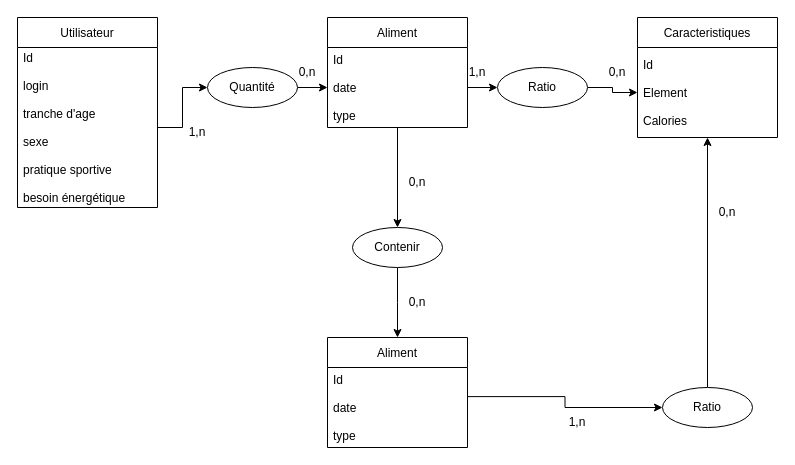
EzzatAlZahabi/IDAW keeps this draw.io diagram as page "Page-1" (1 of 2) of Untitled Diagram.drawio. Above is the earlier version. Source tidied: cells renumbered, new cells numbered last; positions are measured from the earlier drawing's top-left corner, leaving out a move shared by most shapes. Both pictures are drawn from the tidied source at 100%, with x=0, y=0 at pixel (17, 17).
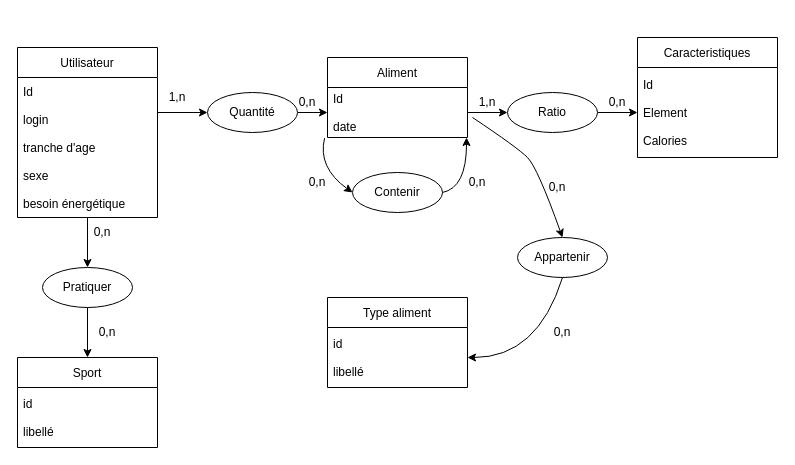
The same page after the edit.

Unchanged cells that the change refers to:
```xml
<mxCell id="7" value="Id&#10;&#10;Element&#10;&#10;Calories" style="text;strokeColor=none;fillColor=none;align=left;verticalAlign=middle;spacingLeft=4;spacingRight=4;overflow=hidden;points=[[0,0.5],[1,0.5]];portConstraint=eastwest;" parent="6" vertex="1">
  <mxGeometry y="30" width="140" height="90" as="geometry" />
</mxCell>
```

Diff of the diagram source:
```diff
@@
     <mxCell id="2" value="Utilisateur" style="swimlane;fontStyle=0;horizontal=1;startSize=30;" parent="1" vertex="1">
-      <mxGeometry width="140" height="190" as="geometry" />
+      <mxGeometry y="30" width="140" height="170" as="geometry" />
     </mxCell>
-    <mxCell id="3" value="Id&#10;&#10;login&#10;&#10;tranche d'age&#10;&#10;sexe&#10;&#10;pratique sportive&#10;&#10;besoin énergétique" style="text;strokeColor=none;fillColor=none;align=left;verticalAlign=middle;spacingLeft=4;spacingRight=4;overflow=hidden;points=[[0,0.5],[1,0.5]];portConstraint=eastwest;" parent="2" vertex="1">
-      <mxGeometry y="30" width="140" height="160" as="geometry" />
+    <mxCell id="3" value="Id&#10;&#10;login&#10;&#10;tranche d'age&#10;&#10;sexe&#10;&#10;besoin énergétique" style="text;strokeColor=none;fillColor=none;align=left;verticalAlign=middle;spacingLeft=4;spacingRight=4;overflow=hidden;points=[[0,0.5],[1,0.5]];portConstraint=eastwest;" parent="2" vertex="1">
+      <mxGeometry y="30" width="140" height="140" as="geometry" />
     </mxCell>
     <mxCell id="4" value="Aliment" style="swimlane;fontStyle=0;horizontal=1;startSize=30;" parent="1" vertex="1">
-      <mxGeometry x="310" width="140" height="110" as="geometry" />
+      <mxGeometry x="310" y="40" width="140" height="80" as="geometry" />
     </mxCell>
-    <mxCell id="5" value="Id&#10;&#10;date&#10;&#10;type" style="text;strokeColor=none;fillColor=none;align=left;verticalAlign=middle;spacingLeft=4;spacingRight=4;overflow=hidden;points=[[0,0.5],[1,0.5]];portConstraint=eastwest;" parent="4" vertex="1">
-      <mxGeometry y="30" width="140" height="80" as="geometry" />
+    <mxCell id="5" value="Id&#10;&#10;date" style="text;strokeColor=none;fillColor=none;align=left;verticalAlign=middle;spacingLeft=4;spacingRight=4;overflow=hidden;points=[[0,0.5],[1,0.5]];portConstraint=eastwest;" parent="4" vertex="1">
+      <mxGeometry y="30" width="140" height="50" as="geometry" />
     </mxCell>
     <mxCell id="6" value="Caracteristiques" style="swimlane;fontStyle=0;horizontal=1;startSize=30;" parent="1" vertex="1">
-      <mxGeometry x="620" width="140" height="120" as="geometry" />
+      <mxGeometry x="620" y="20" width="140" height="120" as="geometry" />
     </mxCell>
@@
     <mxCell id="9" value="Quantité" style="ellipse;whiteSpace=wrap;html=1;" parent="1" vertex="1">
-      <mxGeometry x="190" y="50" width="90" height="40" as="geometry" />
+      <mxGeometry x="190" y="75" width="90" height="40" as="geometry" />
     </mxCell>
     <mxCell id="10" value="1,n" style="text;html=1;strokeColor=none;fillColor=none;align=center;verticalAlign=middle;whiteSpace=wrap;rounded=0;" parent="1" vertex="1">
-      <mxGeometry x="150" y="100" width="60" height="30" as="geometry" />
+      <mxGeometry x="130" y="65" width="60" height="30" as="geometry" />
     </mxCell>
     <mxCell id="11" value="0,n" style="text;html=1;strokeColor=none;fillColor=none;align=center;verticalAlign=middle;whiteSpace=wrap;rounded=0;" parent="1" vertex="1">
-      <mxGeometry x="260" y="40" width="60" height="30" as="geometry" />
+      <mxGeometry x="260" y="70" width="60" height="30" as="geometry" />
     </mxCell>
@@
     <mxCell id="13" value="Ratio" style="ellipse;whiteSpace=wrap;html=1;" parent="1" vertex="1">
-      <mxGeometry x="480" y="50" width="90" height="40" as="geometry" />
+      <mxGeometry x="490" y="75" width="90" height="40" as="geometry" />
     </mxCell>
-    <mxCell id="14" style="edgeStyle=orthogonalEdgeStyle;rounded=0;jettySize=auto;html=1;exitX=1;exitY=0.5;exitDx=0;exitDy=0;entryX=0;entryY=0.5;entryDx=0;entryDy=0;" parent="1" edge="1" source="3" target="9">
+    <mxCell id="14" style="edgeStyle=orthogonalEdgeStyle;rounded=0;jettySize=auto;html=1;entryX=0;entryY=0.5;entryDx=0;entryDy=0;exitX=1;exitY=0.25;exitDx=0;exitDy=0;exitPerimeter=0;" parent="1" edge="1" source="3" target="9">
       <mxGeometry relative="1" as="geometry" />
     </mxCell>
@@
     <mxCell id="16" value="1,n" style="text;html=1;strokeColor=none;fillColor=none;align=center;verticalAlign=middle;whiteSpace=wrap;rounded=0;" parent="1" vertex="1">
-      <mxGeometry x="430" y="40" width="60" height="30" as="geometry" />
+      <mxGeometry x="440" y="70" width="60" height="30" as="geometry" />
     </mxCell>
     <mxCell id="17" value="0,n" style="text;html=1;strokeColor=none;fillColor=none;align=center;verticalAlign=middle;whiteSpace=wrap;rounded=0;" parent="1" vertex="1">
-      <mxGeometry x="570" y="40" width="60" height="30" as="geometry" />
+      <mxGeometry x="570" y="70" width="60" height="30" as="geometry" />
     </mxCell>
-    <mxCell id="18" value="Aliment" style="swimlane;fontStyle=0;horizontal=1;startSize=30;" parent="1" vertex="1">
-      <mxGeometry x="310" y="320" width="140" height="110" as="geometry" />
-    </mxCell>
-    <mxCell id="19" value="Id&#10;&#10;date&#10;&#10;type" style="text;strokeColor=none;fillColor=none;align=left;verticalAlign=middle;spacingLeft=4;spacingRight=4;overflow=hidden;points=[[0,0.5],[1,0.5]];portConstraint=eastwest;" parent="18" vertex="1">
-      <mxGeometry y="30" width="140" height="80" as="geometry" />
-    </mxCell>
-    <mxCell id="20" style="edgeStyle=orthogonalEdgeStyle;rounded=0;jettySize=auto;html=1;exitX=0.5;exitY=0;exitDx=0;exitDy=0;entryX=0.5;entryY=1;entryDx=0;entryDy=0;entryPerimeter=0;" parent="1" edge="1" source="21" target="7">
-      <mxGeometry relative="1" as="geometry" />
-    </mxCell>
-    <mxCell id="21" value="Ratio" style="ellipse;whiteSpace=wrap;html=1;" parent="1" vertex="1">
-      <mxGeometry x="645" y="370" width="90" height="40" as="geometry" />
-    </mxCell>
-    <mxCell id="22" style="edgeStyle=orthogonalEdgeStyle;rounded=0;jettySize=auto;html=1;exitX=1;exitY=0.364;exitDx=0;exitDy=0;exitPerimeter=0;" parent="1" edge="1" source="19" target="21">
-      <mxGeometry relative="1" as="geometry" />
-    </mxCell>
-    <mxCell id="23" value="1,n" style="text;html=1;strokeColor=none;fillColor=none;align=center;verticalAlign=middle;whiteSpace=wrap;rounded=0;" parent="1" vertex="1">
-      <mxGeometry x="530" y="390" width="60" height="30" as="geometry" />
-    </mxCell>
-    <mxCell id="24" value="0,n" style="text;html=1;strokeColor=none;fillColor=none;align=center;verticalAlign=middle;whiteSpace=wrap;rounded=0;" parent="1" vertex="1">
-      <mxGeometry x="690" y="180" width="40" height="30" as="geometry" />
-    </mxCell>
-    <mxCell id="25" value="0,n" style="text;html=1;strokeColor=none;fillColor=none;align=center;verticalAlign=middle;whiteSpace=wrap;rounded=0;" parent="1" vertex="1">
-      <mxGeometry x="380" y="150" width="40" height="30" as="geometry" />
-    </mxCell>
-    <mxCell id="26" style="edgeStyle=orthogonalEdgeStyle;rounded=0;jettySize=auto;html=1;exitX=0.5;exitY=1;exitDx=0;exitDy=0;" parent="1" edge="1" source="27">
-      <mxGeometry relative="1" as="geometry">
-        <mxPoint x="380" y="320" as="targetPoint" />
-      </mxGeometry>
-    </mxCell>
     <mxCell id="27" value="Contenir" style="ellipse;whiteSpace=wrap;html=1;" parent="1" vertex="1">
-      <mxGeometry x="335" y="210" width="90" height="40" as="geometry" />
+      <mxGeometry x="335" y="155" width="90" height="40" as="geometry" />
     </mxCell>
+    <mxCell id="30" style="curved=1;endArrow=classic;html=1;rounded=0;exitX=1;exitY=0.5;exitDx=0;exitDy=0;entryX=0.993;entryY=1;entryDx=0;entryDy=0;entryPerimeter=0;" parent="1" edge="1" source="27" target="5">
+      <mxGeometry relative="1" as="geometry">
+        <Array as="points">
+          <mxPoint x="449" y="170" />
+        </Array>
+      </mxGeometry>
+    </mxCell>
-    <mxCell id="28" style="endArrow=classic;html=1;rounded=0;entryX=0.5;entryY=0;entryDx=0;entryDy=0;" parent="1" edge="1" source="5" target="27">
-      <mxGeometry relative="1" as="geometry" />
+    <mxCell id="28" style="curved=1;endArrow=classic;html=1;rounded=0;exitX=-0.021;exitY=1.013;exitDx=0;exitDy=0;exitPerimeter=0;entryX=0;entryY=0.5;entryDx=0;entryDy=0;" parent="1" edge="1" source="5" target="27">
+      <mxGeometry relative="1" as="geometry">
+        <Array as="points">
+          <mxPoint x="300" y="150" />
+        </Array>
+      </mxGeometry>
     </mxCell>
-    <mxCell id="29" value="0,n" style="text;html=1;strokeColor=none;fillColor=none;align=center;verticalAlign=middle;whiteSpace=wrap;rounded=0;" parent="1" vertex="1">
-      <mxGeometry x="380" y="270" width="40" height="30" as="geometry" />
-    </mxCell>
+    <mxCell id="31" value="0,n" style="text;html=1;strokeColor=none;fillColor=none;align=center;verticalAlign=middle;whiteSpace=wrap;rounded=0;" parent="1" vertex="1">
+      <mxGeometry x="270" y="150" width="60" height="30" as="geometry" />
+    </mxCell>
+    <mxCell id="32" value="0,n" style="text;html=1;strokeColor=none;fillColor=none;align=center;verticalAlign=middle;whiteSpace=wrap;rounded=0;" parent="1" vertex="1">
+      <mxGeometry x="430" y="150" width="60" height="30" as="geometry" />
+    </mxCell>
+    <mxCell id="33" value="Sport" style="swimlane;fontStyle=0;horizontal=1;startSize=30;" parent="1" vertex="1">
+      <mxGeometry y="340" width="140" height="90" as="geometry" />
+    </mxCell>
+    <mxCell id="34" value="id&#10;&#10;libellé" style="text;strokeColor=none;fillColor=none;align=left;verticalAlign=middle;spacingLeft=4;spacingRight=4;overflow=hidden;" parent="33" vertex="1">
+      <mxGeometry y="30" width="140" height="60" as="geometry" />
+    </mxCell>
+    <mxCell id="35" value="Type aliment" style="swimlane;fontStyle=0;horizontal=1;startSize=30;" parent="1" vertex="1">
+      <mxGeometry x="310" y="280" width="140" height="90" as="geometry" />
+    </mxCell>
+    <mxCell id="36" value="id&#10;&#10;libellé" style="text;strokeColor=none;fillColor=none;align=left;verticalAlign=middle;spacingLeft=4;spacingRight=4;overflow=hidden;points=[[0,0.5],[1,0.5]];portConstraint=eastwest;" parent="35" vertex="1">
+      <mxGeometry y="30" width="140" height="60" as="geometry" />
+    </mxCell>
+    <mxCell id="37" value="Appartenir" style="ellipse;whiteSpace=wrap;html=1;" parent="1" vertex="1">
+      <mxGeometry x="500" y="220" width="90" height="40" as="geometry" />
+    </mxCell>
+    <mxCell id="38" style="curved=1;endArrow=classic;html=1;rounded=0;entryX=0.5;entryY=0;entryDx=0;entryDy=0;exitX=0.25;exitY=1;exitDx=0;exitDy=0;" parent="1" edge="1" source="16" target="37">
+      <mxGeometry relative="1" as="geometry">
+        <Array as="points">
+          <mxPoint x="500" y="130" />
+          <mxPoint x="520" y="150" />
+        </Array>
+      </mxGeometry>
+    </mxCell>
+    <mxCell id="39" style="curved=1;endArrow=classic;html=1;rounded=0;exitX=0.5;exitY=1;exitDx=0;exitDy=0;entryX=1;entryY=0.5;entryDx=0;entryDy=0;" parent="1" edge="1" source="37" target="36">
+      <mxGeometry relative="1" as="geometry">
+        <Array as="points">
+          <mxPoint x="520" y="340" />
+        </Array>
+      </mxGeometry>
+    </mxCell>
+    <mxCell id="40" value="Pratiquer" style="ellipse;whiteSpace=wrap;html=1;" parent="1" vertex="1">
+      <mxGeometry x="25" y="250" width="90" height="40" as="geometry" />
+    </mxCell>
+    <mxCell id="41" style="endArrow=classic;html=1;rounded=0;" parent="1" edge="1" target="40">
+      <mxGeometry relative="1" as="geometry">
+        <mxPoint x="70" y="200" as="sourcePoint" />
+      </mxGeometry>
+    </mxCell>
+    <mxCell id="42" style="endArrow=classic;html=1;rounded=0;entryX=0.5;entryY=0;entryDx=0;entryDy=0;exitX=0.5;exitY=1;exitDx=0;exitDy=0;" parent="1" edge="1" source="40" target="33">
+      <mxGeometry relative="1" as="geometry" />
+    </mxCell>
+    <mxCell id="43" value="0,n" style="text;html=1;strokeColor=none;fillColor=none;align=center;verticalAlign=middle;whiteSpace=wrap;rounded=0;" parent="1" vertex="1">
+      <mxGeometry x="55" y="200" width="60" height="30" as="geometry" />
+    </mxCell>
+    <mxCell id="44" value="0,n" style="text;html=1;strokeColor=none;fillColor=none;align=center;verticalAlign=middle;whiteSpace=wrap;rounded=0;" parent="1" vertex="1">
+      <mxGeometry x="60" y="300" width="60" height="30" as="geometry" />
+    </mxCell>
+    <mxCell id="45" value="0,n" style="text;html=1;strokeColor=none;fillColor=none;align=center;verticalAlign=middle;whiteSpace=wrap;rounded=0;" parent="1" vertex="1">
+      <mxGeometry x="510" y="155" width="60" height="30" as="geometry" />
+    </mxCell>
+    <mxCell id="46" value="0,n" style="text;html=1;strokeColor=none;fillColor=none;align=center;verticalAlign=middle;whiteSpace=wrap;rounded=0;" parent="1" vertex="1">
+      <mxGeometry x="515" y="300" width="60" height="30" as="geometry" />
+    </mxCell>
```
